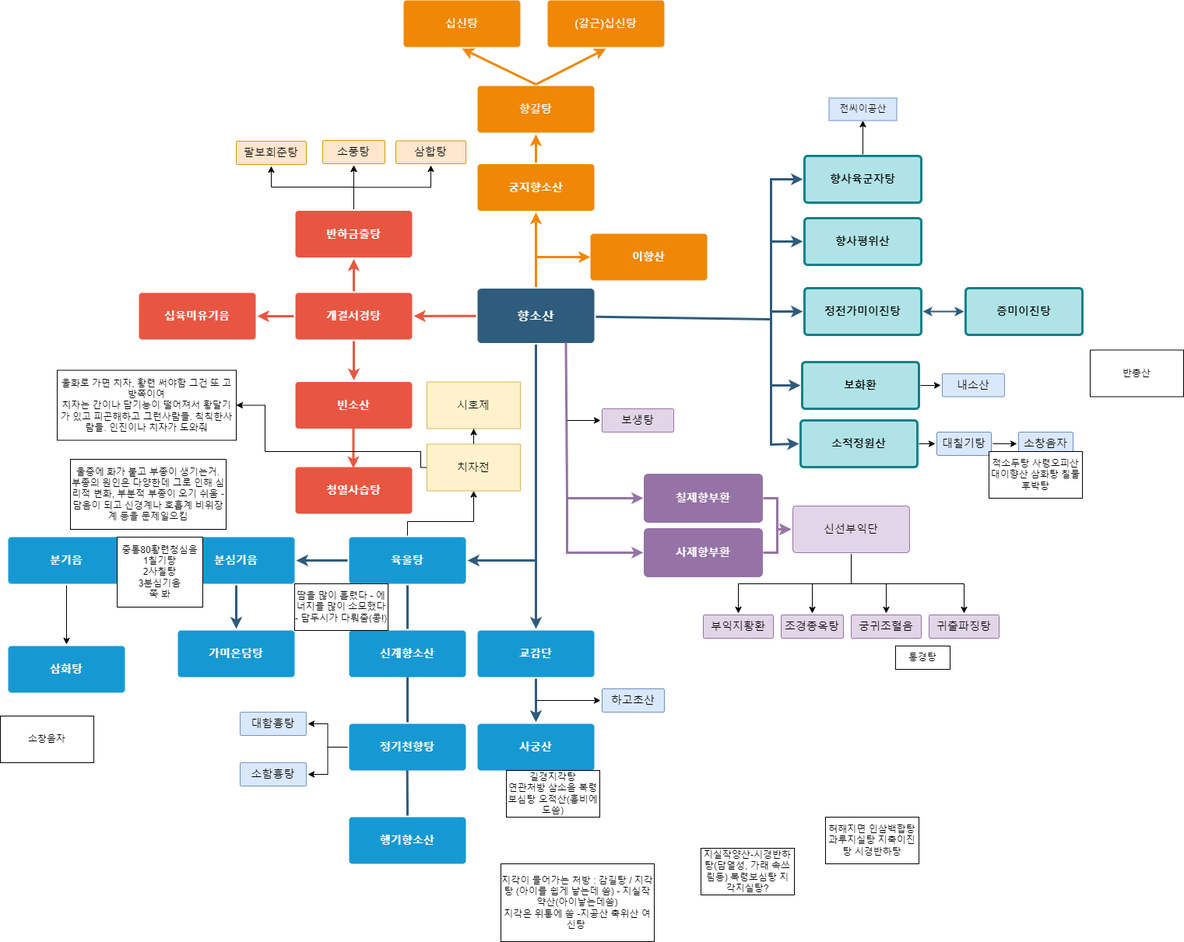
This is 향소산플로우차트.drawio.png from Jinzin71/sparta, a draw.io export, as it was before one commit. Source tidied: cells renumbered, new cells last; positions are measured from the earlier drawing's top-left corner, leaving out a move shared by most shapes.
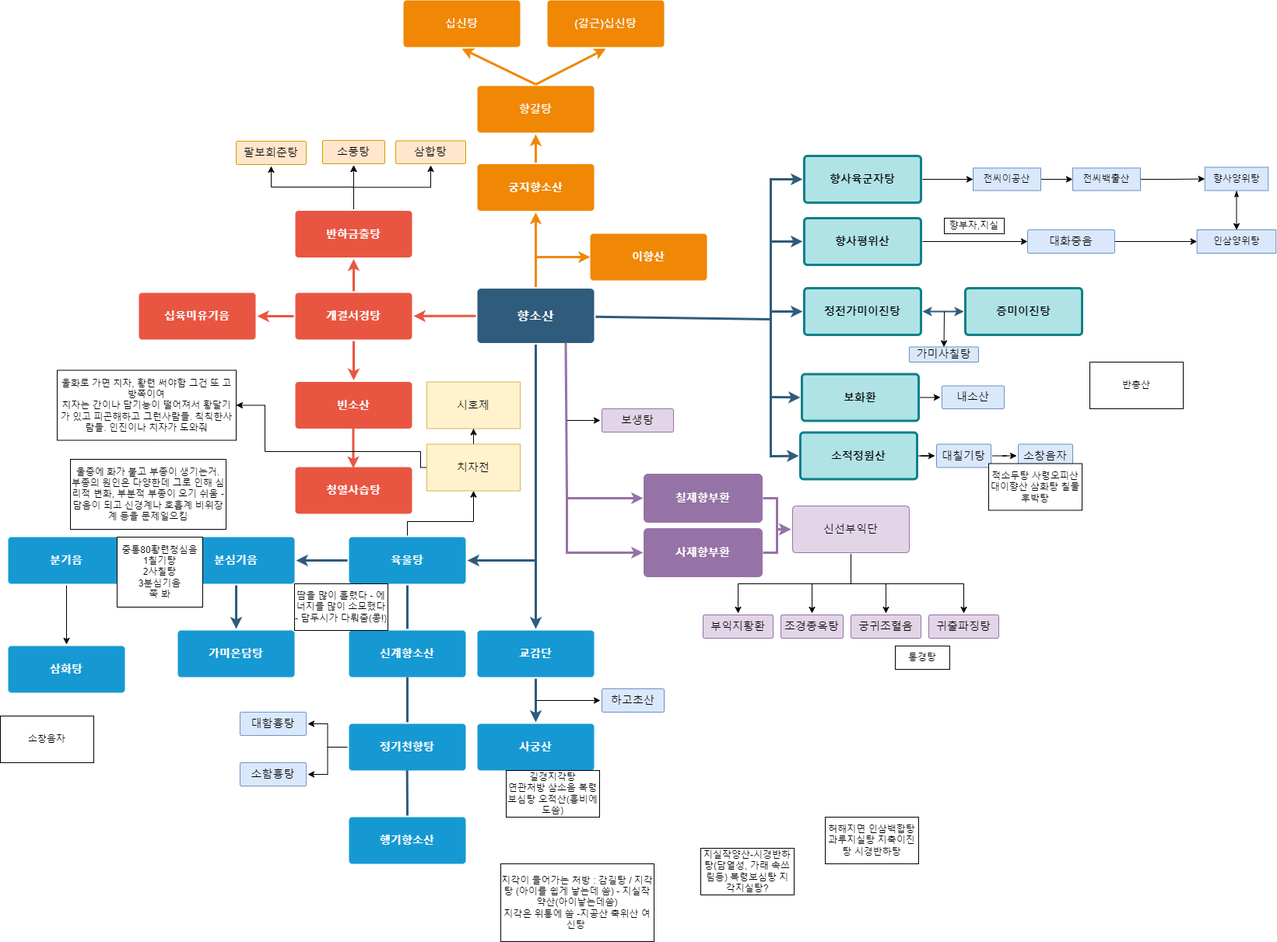
Later version of the same file.

Commit message:
향소산플로우차트.drawio.png 업데이트

What changed in the source:
```diff
@@ -83,7 +83,7 @@
       <mxGeometry relative="1" as="geometry" />
     </mxCell>
     <mxCell id="25" value="보화환" style="rounded=1;whiteSpace=wrap;html=1;shadow=0;labelBackgroundColor=none;strokeColor=#0e8088;strokeWidth=3;fillColor=#b0e3e6;fontFamily=Helvetica;fontSize=14;align=center;spacing=5;fontStyle=1;arcSize=7;perimeterSpacing=2;" parent="1" vertex="1">
-      <mxGeometry x="1030" y="465" width="150" height="60" as="geometry" />
+      <mxGeometry x="1030" y="480.5" width="150" height="60" as="geometry" />
     </mxCell>
     <mxCell id="26" style="edgeStyle=orthogonalEdgeStyle;rounded=0;jettySize=auto;html=1;strokeWidth=2;strokeColor=#2F5B7C;startArrow=classic;startFill=1;" parent="1" edge="1" source="27" target="31">
       <mxGeometry relative="1" as="geometry" />
@@ -91,12 +91,15 @@
     <mxCell id="27" value="증미이진탕" style="rounded=1;whiteSpace=wrap;html=1;shadow=0;labelBackgroundColor=none;strokeColor=#0e8088;strokeWidth=3;fillColor=#b0e3e6;fontFamily=Helvetica;fontSize=14;align=center;spacing=5;fontStyle=1;arcSize=7;perimeterSpacing=2;" parent="1" vertex="1">
       <mxGeometry x="1240" y="370" width="150" height="60" as="geometry" />
     </mxCell>
-    <mxCell id="28" style="edgeStyle=orthogonalEdgeStyle;rounded=0;jettySize=auto;html=1;exitX=0.5;exitY=0;exitDx=0;exitDy=0;entryX=0.5;entryY=1;entryDx=0;entryDy=0;" parent="1" edge="1" source="29" target="97">
+    <mxCell id="28" style="edgeStyle=orthogonalEdgeStyle;rounded=0;jettySize=auto;html=1;exitX=1;exitY=0.5;exitDx=0;exitDy=0;entryX=0;entryY=0.5;entryDx=0;entryDy=0;" parent="1" edge="1" source="29" target="97">
       <mxGeometry relative="1" as="geometry" />
     </mxCell>
     <mxCell id="29" value="향사육군자탕" style="rounded=1;whiteSpace=wrap;html=1;shadow=0;labelBackgroundColor=none;strokeColor=#0e8088;strokeWidth=3;fillColor=#b0e3e6;fontFamily=Helvetica;fontSize=14;align=center;spacing=5;fontStyle=1;arcSize=7;perimeterSpacing=2;" parent="1" vertex="1">
       <mxGeometry x="1033" y="200" width="150" height="60" as="geometry" />
     </mxCell>
+    <mxCell id="111" style="edgeStyle=orthogonalEdgeStyle;rounded=0;jettySize=auto;html=1;" parent="1" edge="1" source="30" target="116">
+      <mxGeometry relative="1" as="geometry" />
+    </mxCell>
     <mxCell id="30" value="향사평위산" style="rounded=1;whiteSpace=wrap;html=1;shadow=0;labelBackgroundColor=none;strokeColor=#0e8088;strokeWidth=3;fillColor=#b0e3e6;fontFamily=Helvetica;fontSize=14;align=center;spacing=5;fontStyle=1;arcSize=7;perimeterSpacing=2;" parent="1" vertex="1">
       <mxGeometry x="1033" y="280" width="150" height="60" as="geometry" />
     </mxCell>
@@ -240,15 +243,15 @@
       <mxGeometry relative="1" as="geometry">
         <mxPoint x="990" y="400" as="sourcePoint" />
         <Array as="points">
-          <mxPoint x="990" y="495" />
+          <mxPoint x="990" y="510" />
         </Array>
       </mxGeometry>
     </mxCell>
     <mxCell id="65" style="endArrow=classic;html=1;rounded=0;strokeWidth=3;strokeColor=#2F5B7C;entryX=0;entryY=0.5;entryDx=0;entryDy=0;" parent="1" edge="1" target="88">
       <mxGeometry relative="1" as="geometry">
-        <mxPoint x="990" y="480" as="sourcePoint" />
+        <mxPoint x="990" y="496" as="sourcePoint" />
         <Array as="points">
-          <mxPoint x="990" y="571" />
+          <mxPoint x="990" y="586" />
         </Array>
       </mxGeometry>
     </mxCell>
@@ -350,22 +353,22 @@
       <mxGeometry x="773" y="885" width="80" height="30" as="geometry" />
     </mxCell>
     <mxCell id="86" value="내소산" style="rounded=1;whiteSpace=wrap;html=1;shadow=0;labelBackgroundColor=none;strokeColor=#6c8ebf;strokeWidth=1;fillColor=#dae8fc;fontFamily=Helvetica;fontSize=14;align=center;spacing=5;fontStyle=0;arcSize=7;perimeterSpacing=2;" parent="1" vertex="1">
-      <mxGeometry x="1210" y="480" width="80" height="29.5" as="geometry" />
+      <mxGeometry x="1210" y="495.5" width="80" height="29.5" as="geometry" />
     </mxCell>
     <mxCell id="87" style="edgeStyle=orthogonalEdgeStyle;rounded=0;jettySize=auto;html=1;" parent="1" edge="1" source="88" target="90">
       <mxGeometry relative="1" as="geometry" />
     </mxCell>
     <mxCell id="88" value="소적정원산" style="rounded=1;whiteSpace=wrap;html=1;shadow=0;labelBackgroundColor=none;strokeColor=#0e8088;strokeWidth=3;fillColor=#b0e3e6;fontFamily=Helvetica;fontSize=14;align=center;spacing=5;fontStyle=1;arcSize=7;perimeterSpacing=2;" parent="1" vertex="1">
-      <mxGeometry x="1028" y="540" width="150" height="60" as="geometry" />
+      <mxGeometry x="1028" y="555.5" width="150" height="60" as="geometry" />
     </mxCell>
     <mxCell id="89" style="edgeStyle=orthogonalEdgeStyle;rounded=0;jettySize=auto;html=1;" parent="1" edge="1" source="90" target="91">
       <mxGeometry relative="1" as="geometry" />
     </mxCell>
     <mxCell id="90" value="대칠기탕" style="rounded=1;whiteSpace=wrap;html=1;shadow=0;labelBackgroundColor=none;strokeColor=#6c8ebf;strokeWidth=1;fillColor=#dae8fc;fontFamily=Helvetica;fontSize=14;align=center;spacing=5;fontStyle=0;arcSize=7;perimeterSpacing=2;" parent="1" vertex="1">
-      <mxGeometry x="1203" y="555" width="70" height="30" as="geometry" />
+      <mxGeometry x="1203" y="570.5" width="70" height="30" as="geometry" />
     </mxCell>
     <mxCell id="91" value="소창음자" style="rounded=1;whiteSpace=wrap;html=1;shadow=0;labelBackgroundColor=none;strokeColor=#6c8ebf;strokeWidth=1;fillColor=#dae8fc;fontFamily=Helvetica;fontSize=14;align=center;spacing=5;fontStyle=0;arcSize=7;perimeterSpacing=2;" parent="1" vertex="1">
-      <mxGeometry x="1308" y="555" width="70" height="30" as="geometry" />
+      <mxGeometry x="1308" y="570.5" width="70" height="30" as="geometry" />
     </mxCell>
     <mxCell id="92" value="&lt;span style=&quot;font-weight: normal;&quot;&gt;팔보회춘탕&lt;br&gt;&lt;/span&gt;" style="rounded=1;whiteSpace=wrap;html=1;shadow=0;labelBackgroundColor=none;strokeWidth=1;fontFamily=Helvetica;fontSize=14;align=center;spacing=5;fontStyle=1;arcSize=7;perimeterSpacing=2;fillColor=#ffe6cc;strokeColor=#d79b00;fillStyle=auto;" parent="1" vertex="1">
       <mxGeometry x="303" y="181" width="90" height="30" as="geometry" />
@@ -388,14 +391,17 @@
     <mxCell id="96" value="소함흉탕" style="rounded=1;whiteSpace=wrap;html=1;shadow=0;labelBackgroundColor=none;strokeColor=#6c8ebf;strokeWidth=1;fillColor=#dae8fc;fontFamily=Helvetica;fontSize=14;align=center;spacing=5;fontStyle=0;arcSize=7;perimeterSpacing=2;" parent="1" vertex="1">
       <mxGeometry x="308" y="980" width="85" height="30" as="geometry" />
     </mxCell>
+    <mxCell id="112" style="edgeStyle=orthogonalEdgeStyle;rounded=0;jettySize=auto;html=1;" parent="1" edge="1" source="97" target="114">
+      <mxGeometry relative="1" as="geometry" />
+    </mxCell>
     <mxCell id="97" value="전씨이공산" style="rounded=0;whiteSpace=wrap;html=1;fillColor=#dae8fc;strokeColor=#6c8ebf;" parent="1" vertex="1">
-      <mxGeometry x="1064.5" y="125.5" width="87" height="29" as="geometry" />
+      <mxGeometry x="1250" y="215.5" width="87" height="29" as="geometry" />
     </mxCell>
     <mxCell id="98" value="반총산" style="whiteSpace=wrap;html=1;" parent="1" vertex="1">
-      <mxGeometry x="1400" y="449.5" width="120" height="60" as="geometry" />
+      <mxGeometry x="1400" y="465" width="120" height="60" as="geometry" />
     </mxCell>
     <mxCell id="99" value="적소두탕 사령오피산 대이향산 삼화탕 칠물후박탕" style="whiteSpace=wrap;html=1;" parent="1" vertex="1">
-      <mxGeometry x="1270" y="580" width="120" height="60" as="geometry" />
+      <mxGeometry x="1270" y="595.5" width="120" height="60" as="geometry" />
     </mxCell>
     <mxCell id="100" value="통경탕" style="whiteSpace=wrap;html=1;" parent="1" vertex="1">
       <mxGeometry x="1150" y="830" width="70" height="30" as="geometry" />
@@ -430,5 +436,37 @@
     <mxCell id="110" value="중통80황련청심음&lt;br&gt;1칠기탕&lt;br&gt;2사칠탕&lt;br&gt;3분심기음&lt;br&gt;쭉 봐" style="whiteSpace=wrap;html=1;" parent="1" vertex="1">
       <mxGeometry x="150" y="690" width="110" height="90" as="geometry" />
     </mxCell>
+    <mxCell id="113" style="edgeStyle=orthogonalEdgeStyle;rounded=0;jettySize=auto;html=1;" parent="1" edge="1" source="114" target="119">
+      <mxGeometry relative="1" as="geometry" />
+    </mxCell>
+    <mxCell id="114" value="전씨백출산" style="rounded=0;whiteSpace=wrap;html=1;fillColor=#dae8fc;strokeColor=#6c8ebf;" parent="1" vertex="1">
+      <mxGeometry x="1378" y="215.5" width="87" height="29" as="geometry" />
+    </mxCell>
+    <mxCell id="115" style="edgeStyle=orthogonalEdgeStyle;rounded=0;jettySize=auto;html=1;exitX=1;exitY=0.5;exitDx=0;exitDy=0;entryX=0;entryY=0.5;entryDx=0;entryDy=0;" parent="1" edge="1" source="116" target="120">
+      <mxGeometry relative="1" as="geometry" />
+    </mxCell>
+    <mxCell id="116" value="대화중음" style="whiteSpace=wrap;html=1;fontSize=14;fillColor=#dae8fc;strokeColor=#6c8ebf;rounded=1;shadow=0;labelBackgroundColor=none;strokeWidth=1;spacing=5;fontStyle=0;arcSize=7;" parent="1" vertex="1">
+      <mxGeometry x="1320" y="295" width="112" height="30" as="geometry" />
+    </mxCell>
+    <mxCell id="117" value="향부자,지실" style="rounded=0;whiteSpace=wrap;html=1;" parent="1" vertex="1">
+      <mxGeometry x="1213" y="280" width="77" height="20" as="geometry" />
+    </mxCell>
+    <mxCell id="118" style="edgeStyle=orthogonalEdgeStyle;rounded=0;jettySize=auto;html=1;startArrow=classicThin;startFill=1;" parent="1" edge="1" source="119" target="120">
+      <mxGeometry relative="1" as="geometry" />
+    </mxCell>
+    <mxCell id="119" value="향사양위탕" style="whiteSpace=wrap;html=1;fillColor=#dae8fc;strokeColor=#6c8ebf;rounded=0;" parent="1" vertex="1">
+      <mxGeometry x="1547.8" y="214.5" width="81.5" height="30" as="geometry" />
+    </mxCell>
+    <mxCell id="120" value="인삼양위탕" style="whiteSpace=wrap;html=1;fillColor=#dae8fc;strokeColor=#6c8ebf;rounded=0;" parent="1" vertex="1">
+      <mxGeometry x="1537.8" y="295" width="101.5" height="30" as="geometry" />
+    </mxCell>
+    <mxCell id="121" value="가미사칠탕" style="whiteSpace=wrap;html=1;fontSize=14;fillColor=#dae8fc;strokeColor=#6c8ebf;rounded=1;shadow=0;labelBackgroundColor=none;strokeWidth=1;spacing=5;fontStyle=0;arcSize=7;" parent="1" vertex="1">
+      <mxGeometry x="1168" y="445.5" width="89" height="19.5" as="geometry" />
+    </mxCell>
+    <mxCell id="122" style="endArrow=classic;html=1;rounded=0;entryX=0.5;entryY=0;entryDx=0;entryDy=0;" parent="1" edge="1" target="121">
+      <mxGeometry relative="1" as="geometry">
+        <mxPoint x="1213" y="400" as="sourcePoint" />
+      </mxGeometry>
+    </mxCell>
   </root>
 </mxGraphModel>
```
